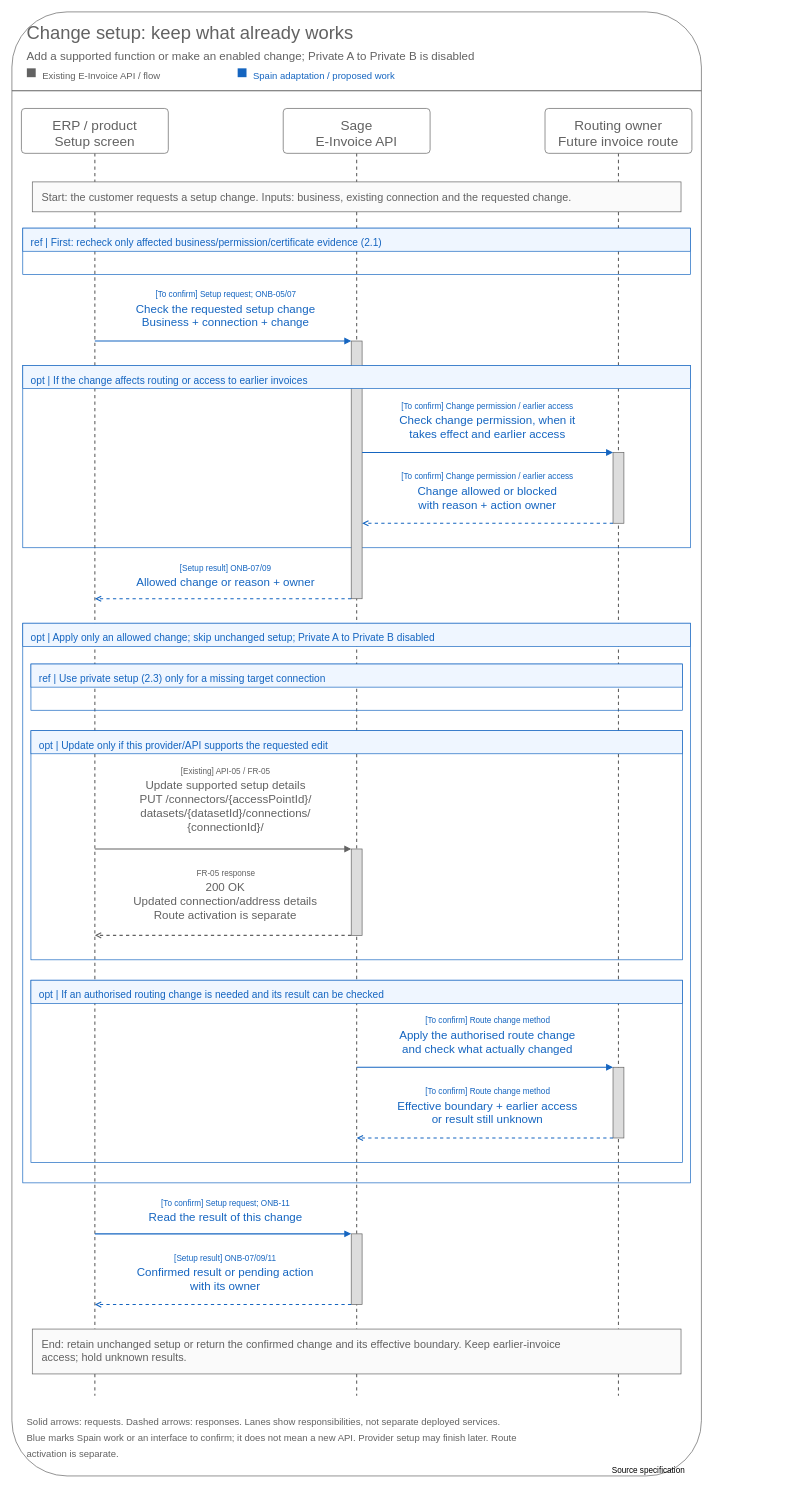
Before: assets/diagrams/onboarding-setup-supported-change-sequence.drawio in jiaxinhe0709/pm_second_brain, a draw.io diagram. Source tidied: cells renumbered, new cells numbered last; positions are measured from the earlier drawing's top-left corner, leaving out a move shared by most shapes. Both pictures are drawn from the tidied source at 68%, with x=0, y=0 at pixel (12, 12).
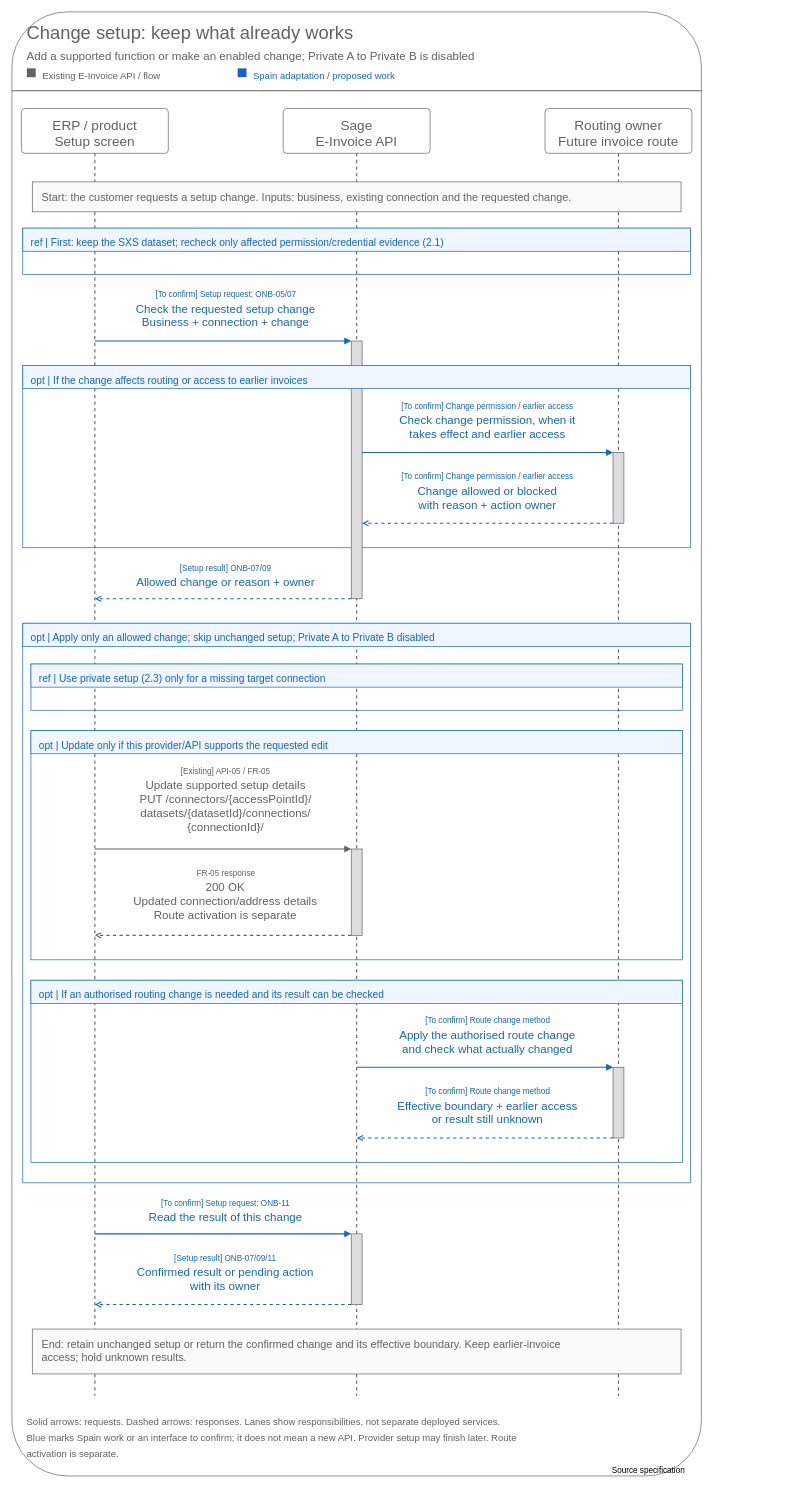
The same page after the edit.

What changed in the source:
```diff
@@
-    <mxCell id="27" value="ref | First: recheck only affected business/permission/certificate evidence (2.1)" style="text;html=0;whiteSpace=wrap;spacing=0;verticalAlign=top;align=left;fontSize=15;fontColor=#1565C0;" parent="1" vertex="1">
-      <mxGeometry x="28" y="326" width="777.5" height="26" as="geometry" />
+    <mxCell id="27" value="ref | First: keep the SXS dataset; recheck only affected permission/credential evidence (2.1)" style="text;html=0;whiteSpace=wrap;spacing=0;verticalAlign=top;align=left;fontSize=15;fontColor=#1565C0;" parent="1" vertex="1">
+      <mxGeometry x="28" y="326" width="890.9" height="26" as="geometry" />
     </mxCell>
```
